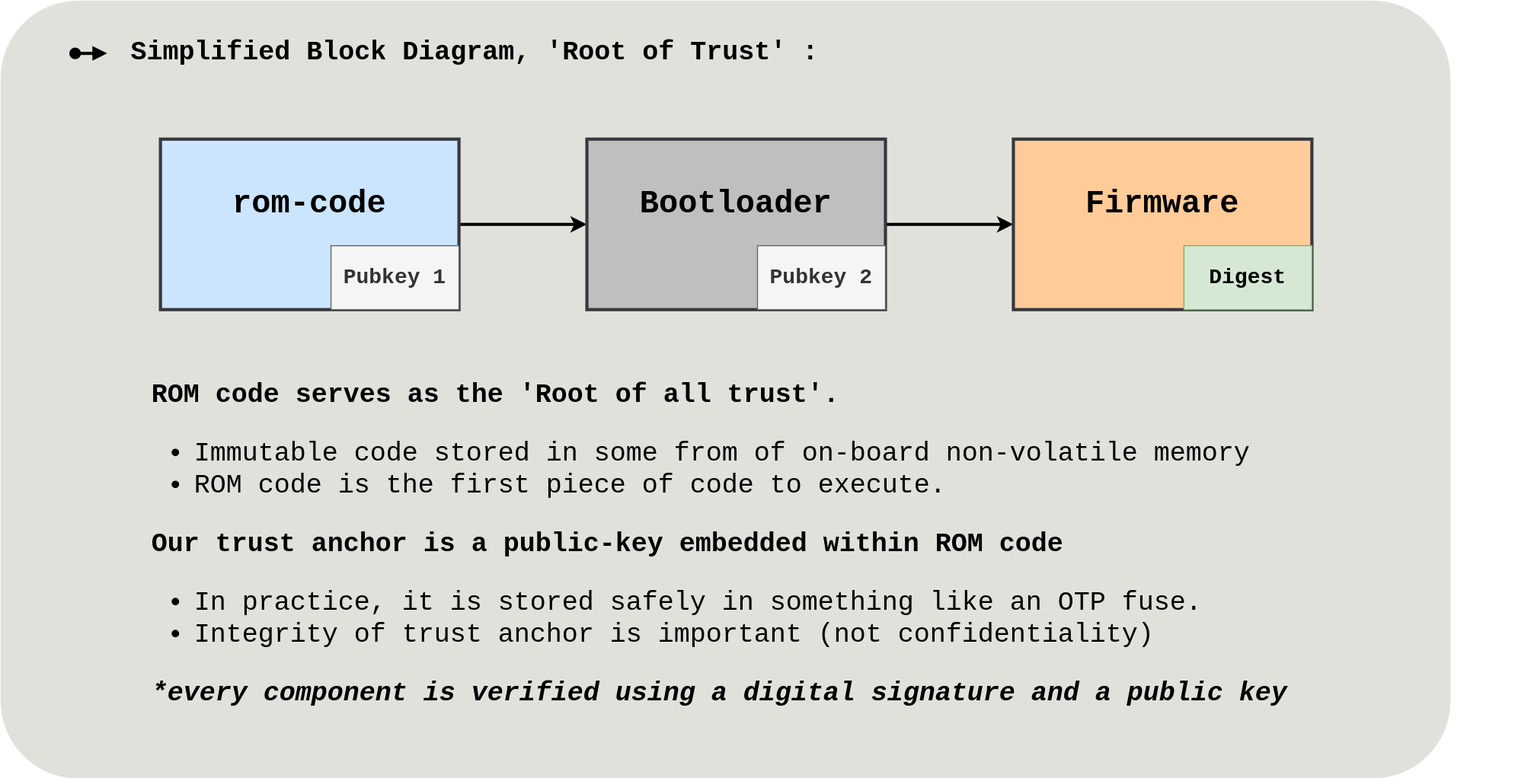
imrank03/rustBoot-book-diagrams keeps this draw.io diagram as bootrom.svg. Above is the earlier version. Source tidied: cells renumbered, new cells last; positions are measured from the earlier drawing's top-left corner, leaving out a move shared by most shapes.
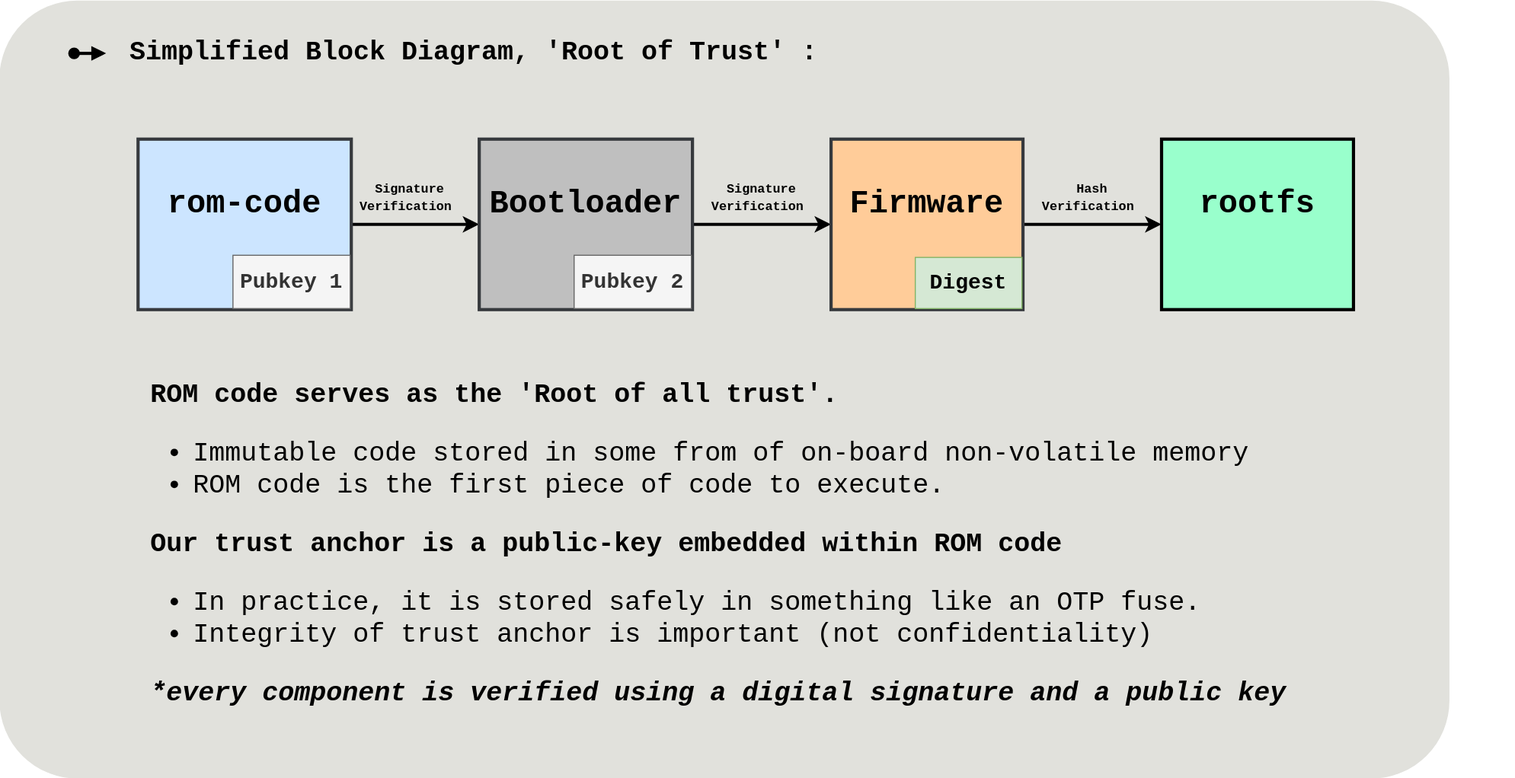
Later version of the same file.

Commit message:
updated bootrom diagram

Change to the diagram source:
```diff
@@ -9,25 +9,28 @@
       <mxGeometry relative="1" as="geometry" />
     </mxCell>
     <mxCell id="4" value="&lt;font style=&quot;font-size: 30px&quot;&gt;rom-code&lt;/font&gt;" style="rounded=0;whiteSpace=wrap;html=1;fontFamily=menlo, monaco, &quot;courier new&quot;, monospace;fontSource=https%3A%2F%2Ffonts.googleapis.com%2Fcss%3Ffamily%3Dmenlo%252C%2Bmonaco%252C%2B%2522courier%2Bnew%2522%252C%2Bmonospace;fontSize=17;fontStyle=1;spacingTop=-40;fillColor=#cce5ff;strokeColor=#36393d;strokeWidth=3;" parent="1" vertex="1">
-      <mxGeometry x="150" y="130" width="280" height="160" as="geometry" />
+      <mxGeometry x="130" y="130" width="200" height="160" as="geometry" />
     </mxCell>
     <mxCell id="5" style="edgeStyle=none;html=1;exitX=1;exitY=0.5;exitDx=0;exitDy=0;fontFamily=menlo, monaco, &quot;courier new&quot;, monospace;fontSource=https%3A%2F%2Ffonts.googleapis.com%2Fcss%3Ffamily%3Dmenlo%252C%2Bmonaco%252C%2B%2522courier%2Bnew%2522%252C%2Bmonospace;fontSize=20;startSize=6;endSize=6;sourcePerimeterSpacing=6;fillColor=#000000;strokeWidth=3;" parent="1" edge="1" source="6" target="7">
       <mxGeometry relative="1" as="geometry" />
     </mxCell>
     <mxCell id="6" value="&lt;font style=&quot;font-size: 30px&quot;&gt;Bootloader&lt;/font&gt;" style="rounded=0;whiteSpace=wrap;html=1;fontFamily=menlo, monaco, &quot;courier new&quot;, monospace;fontSource=https%3A%2F%2Ffonts.googleapis.com%2Fcss%3Ffamily%3Dmenlo%252C%2Bmonaco%252C%2B%2522courier%2Bnew%2522%252C%2Bmonospace;fontSize=17;fontStyle=1;spacingTop=-40;fillColor=#BFBFBF;strokeColor=#36393d;strokeWidth=3;" parent="1" vertex="1">
-      <mxGeometry x="550" y="130" width="280" height="160" as="geometry" />
+      <mxGeometry x="450" y="130" width="200" height="160" as="geometry" />
     </mxCell>
+    <mxCell id="14" style="edgeStyle=none;html=1;strokeWidth=3;" parent="1" edge="1" source="7" target="15">
+      <mxGeometry relative="1" as="geometry" />
+    </mxCell>
     <mxCell id="7" value="&lt;font style=&quot;font-size: 30px&quot;&gt;Firmware&lt;/font&gt;" style="rounded=0;whiteSpace=wrap;html=1;fontFamily=menlo, monaco, &quot;courier new&quot;, monospace;fontSource=https%3A%2F%2Ffonts.googleapis.com%2Fcss%3Ffamily%3Dmenlo%252C%2Bmonaco%252C%2B%2522courier%2Bnew%2522%252C%2Bmonospace;fontSize=17;fontStyle=1;spacingTop=-40;fillColor=#ffcc99;strokeColor=#36393d;strokeWidth=3;" parent="1" vertex="1">
-      <mxGeometry x="950" y="130" width="280" height="160" as="geometry" />
+      <mxGeometry x="780" y="130" width="180" height="160" as="geometry" />
     </mxCell>
     <mxCell id="8" value="&lt;font style=&quot;font-size: 20px&quot;&gt;Pubkey 1&lt;/font&gt;" style="rounded=0;whiteSpace=wrap;html=1;fontFamily=menlo, monaco, &quot;courier new&quot;, monospace;fontSource=https%3A%2F%2Ffonts.googleapis.com%2Fcss%3Ffamily%3Dmenlo%252C%2Bmonaco%252C%2B%2522courier%2Bnew%2522%252C%2Bmonospace;fontSize=17;fontStyle=1;fillColor=#f5f5f5;fontColor=#333333;strokeColor=#666666;" parent="1" vertex="1">
-      <mxGeometry x="310" y="230" width="120" height="60" as="geometry" />
+      <mxGeometry x="219" y="239" width="110" height="50" as="geometry" />
     </mxCell>
     <mxCell id="9" value="&lt;font style=&quot;font-size: 20px&quot;&gt;Pubkey 2&lt;/font&gt;" style="rounded=0;whiteSpace=wrap;html=1;fontFamily=menlo, monaco, &quot;courier new&quot;, monospace;fontSource=https%3A%2F%2Ffonts.googleapis.com%2Fcss%3Ffamily%3Dmenlo%252C%2Bmonaco%252C%2B%2522courier%2Bnew%2522%252C%2Bmonospace;fontSize=17;fontStyle=1;fillColor=#f5f5f5;fontColor=#333333;strokeColor=#666666;" parent="1" vertex="1">
-      <mxGeometry x="710" y="230" width="120" height="60" as="geometry" />
+      <mxGeometry x="539" y="239" width="110" height="50" as="geometry" />
     </mxCell>
     <mxCell id="10" value="&lt;font style=&quot;font-size: 20px&quot;&gt;Digest&lt;/font&gt;" style="rounded=0;whiteSpace=wrap;html=1;fontFamily=menlo, monaco, &quot;courier new&quot;, monospace;fontSource=https%3A%2F%2Ffonts.googleapis.com%2Fcss%3Ffamily%3Dmenlo%252C%2Bmonaco%252C%2B%2522courier%2Bnew%2522%252C%2Bmonospace;fontSize=17;fontStyle=1;fillColor=#d5e8d4;strokeColor=#82b366;" parent="1" vertex="1">
-      <mxGeometry x="1110" y="230" width="120" height="60" as="geometry" />
+      <mxGeometry x="859" y="241" width="100" height="48" as="geometry" />
     </mxCell>
     <mxCell id="11" value="&lt;div style=&quot;line-height: 18px&quot;&gt;&lt;font style=&quot;font-size: 25px&quot;&gt;Simplified Block Diagram, 'Root of Trust' :&lt;/font&gt;&lt;/div&gt;" style="text;html=1;strokeColor=none;fillColor=none;align=center;verticalAlign=middle;whiteSpace=wrap;dashed=1;fontFamily=menlo, monaco, &quot;courier new&quot;, monospace;fontSource=https%3A%2F%2Ffonts.googleapis.com%2Fcss%3Ffamily%3Dmenlo%252C%2Bmonaco%252C%2B%2522courier%2Bnew%2522%252C%2Bmonospace;fontStyle=1;fontSize=18;labelBackgroundColor=none;strokeWidth=2;rounded=1;" parent="1" vertex="1">
       <mxGeometry x="110" y="30" width="670" height="40" as="geometry" />
@@ -44,5 +47,17 @@
     <mxCell id="13" value="&lt;b&gt;ROM code serves as the 'Root of all trust'.&lt;/b&gt;&lt;br&gt;&lt;ul&gt;&lt;li&gt;Immutable code stored in some from of on-board non-volatile memory&lt;/li&gt;&lt;li&gt;ROM code is the first piece of code to execute.&lt;/li&gt;&lt;/ul&gt;&lt;div&gt;&lt;b&gt;Our trust anchor is a public-key embedded within ROM code&lt;/b&gt;&lt;/div&gt;&lt;div&gt;&lt;ul&gt;&lt;li&gt;In practice, it is stored safely in something like an OTP fuse.&lt;/li&gt;&lt;li&gt;Integrity of trust anchor is important (not confidentiality)&lt;/li&gt;&lt;/ul&gt;&lt;div&gt;&lt;b&gt;&lt;i&gt;*every component is verified using a digital signature and a public key&lt;/i&gt;&lt;/b&gt;&lt;/div&gt;&lt;/div&gt;" style="text;html=1;strokeColor=none;fillColor=none;align=left;verticalAlign=middle;whiteSpace=wrap;rounded=0;fontFamily=menlo, monaco, &quot;courier new&quot;, monospace;fontSource=https%3A%2F%2Ffonts.googleapis.com%2Fcss%3Ffamily%3Dmenlo%252C%2Bmonaco%252C%2B%2522courier%2Bnew%2522%252C%2Bmonospace;fontSize=25;" parent="1" vertex="1">
       <mxGeometry x="140" y="330" width="1280" height="360" as="geometry" />
     </mxCell>
+    <mxCell id="15" value="&lt;font style=&quot;font-size: 30px&quot;&gt;rootfs&lt;/font&gt;" style="rounded=0;whiteSpace=wrap;html=1;fontFamily=menlo, monaco, &quot;courier new&quot;, monospace;fontSource=https%3A%2F%2Ffonts.googleapis.com%2Fcss%3Ffamily%3Dmenlo%252C%2Bmonaco%252C%2B%2522courier%2Bnew%2522%252C%2Bmonospace;fontSize=17;fontStyle=1;spacingTop=-40;fillColor=#99FFCC;strokeColor=#000000;strokeWidth=3;" parent="1" vertex="1">
+      <mxGeometry x="1090" y="130" width="180" height="160" as="geometry" />
+    </mxCell>
+    <mxCell id="16" value="&lt;b&gt;&lt;font face=&quot;menlo, monaco, courier new, monospace&quot;&gt;Signature Verification&amp;nbsp;&lt;/font&gt;&lt;/b&gt;" style="text;html=1;strokeColor=none;fillColor=none;align=center;verticalAlign=middle;whiteSpace=wrap;rounded=0;" parent="1" vertex="1">
+      <mxGeometry x="340" y="170" width="90" height="30" as="geometry" />
+    </mxCell>
+    <mxCell id="17" value="&lt;b&gt;&lt;font face=&quot;menlo, monaco, courier new, monospace&quot;&gt;Signature Verification&amp;nbsp;&lt;/font&gt;&lt;/b&gt;" style="text;html=1;strokeColor=none;fillColor=none;align=center;verticalAlign=middle;whiteSpace=wrap;rounded=0;" parent="1" vertex="1">
+      <mxGeometry x="670" y="170" width="90" height="30" as="geometry" />
+    </mxCell>
+    <mxCell id="18" value="&lt;b&gt;&lt;font face=&quot;menlo, monaco, courier new, monospace&quot;&gt;Hash Verification&amp;nbsp;&lt;/font&gt;&lt;/b&gt;" style="text;html=1;strokeColor=none;fillColor=none;align=center;verticalAlign=middle;whiteSpace=wrap;rounded=0;" parent="1" vertex="1">
+      <mxGeometry x="980" y="170" width="90" height="30" as="geometry" />
+    </mxCell>
   </root>
 </mxGraphModel>
```
